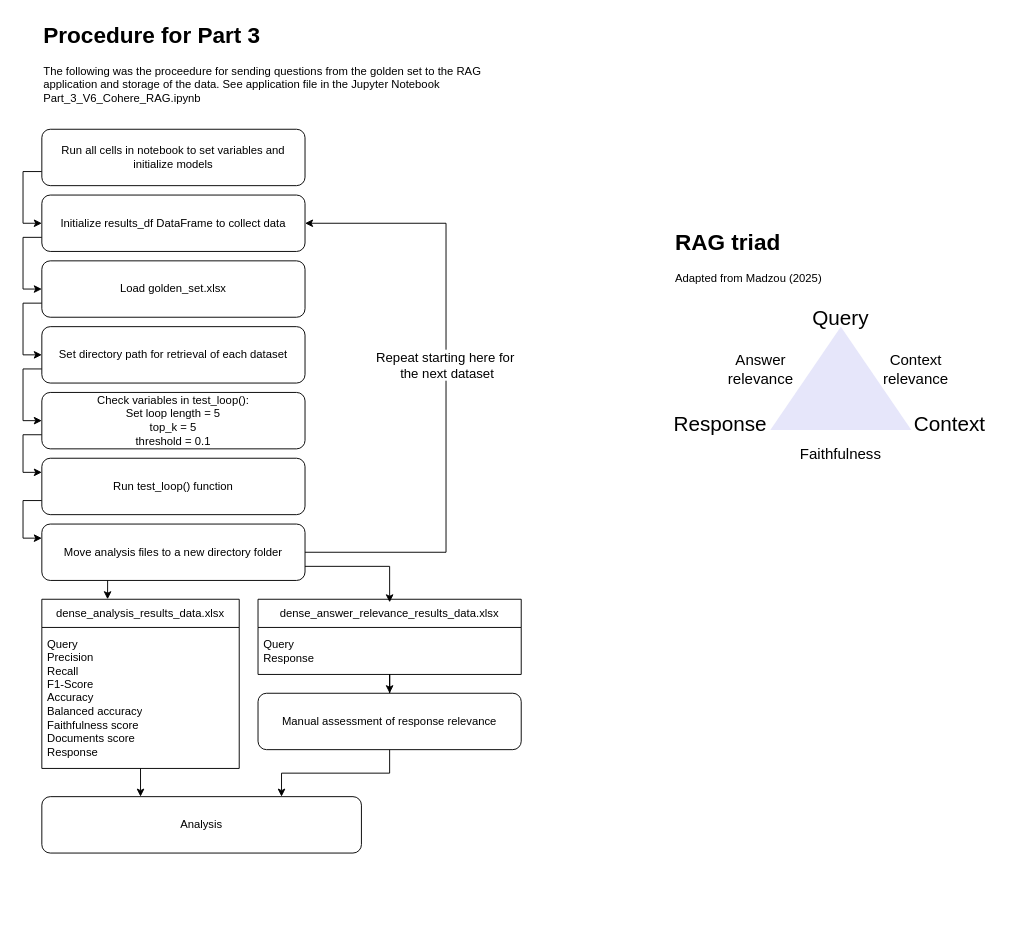
poppy-nicolette/Dissertation keeps this draw.io diagram as diagrams/Part_3_test_proceedure.drawio. Above is the earlier version. Source tidied: cells renumbered, new cells numbered last; positions are measured from the earlier drawing's top-left corner, leaving out a move shared by most shapes. Both pictures are drawn from the tidied source at 94%, with x=0, y=0 at pixel (41, 16).
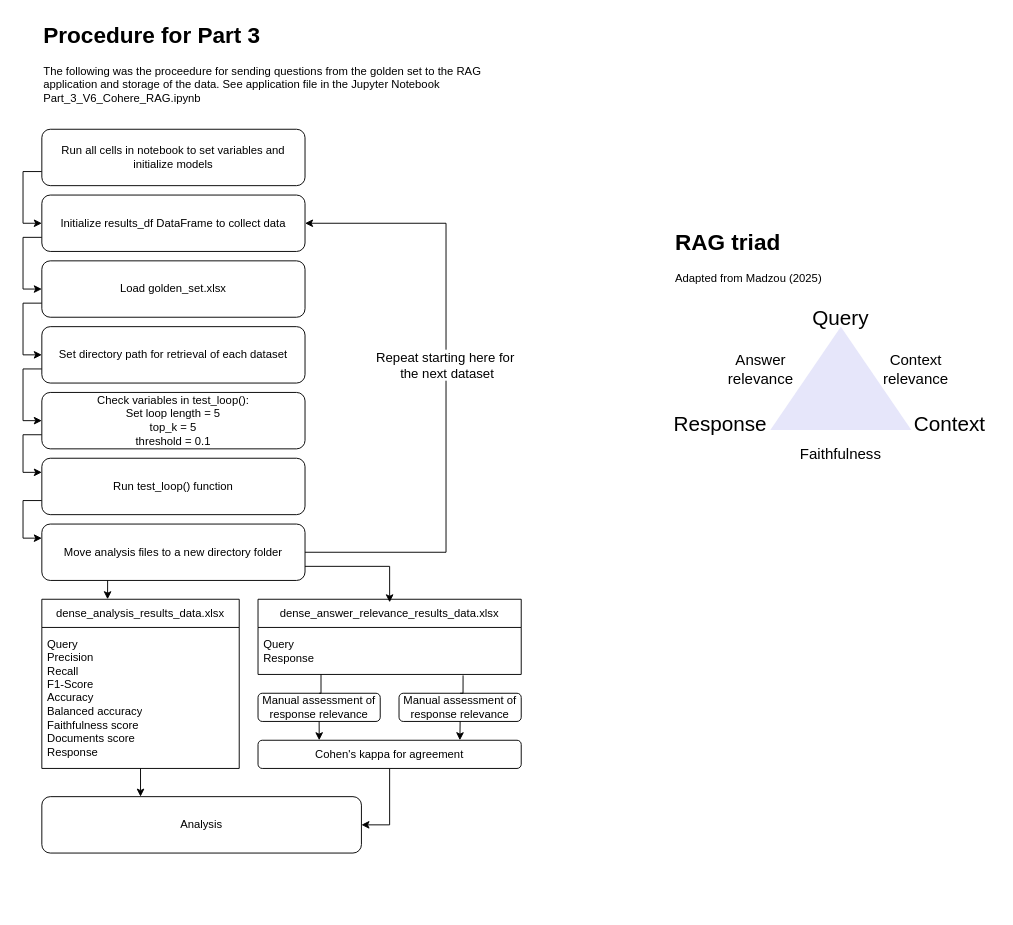
The same page after the edit.

Unchanged cells that the change refers to:
```xml
<mxCell id="2" style="group;" parent="1" vertex="1">
  <mxGeometry width="510" height="950" as="geometry" />
</mxCell>
<mxCell id="19" value="dense_answer_relevance_results_data.xlsx" style="swimlane;fontStyle=0;horizontal=1;startSize=30;whiteSpace=wrap;html=1;" parent="2" vertex="1">
  <mxGeometry x="230" y="620" width="280" height="80" as="geometry" />
</mxCell>
<mxCell id="20" value="Query&lt;div&gt;Response&lt;/div&gt;" style="text;strokeColor=none;fillColor=none;align=left;verticalAlign=middle;spacingLeft=4;spacingRight=4;overflow=hidden;points=[[0,0.5],[1,0.5]];portConstraint=eastwest;whiteSpace=wrap;html=1;" parent="19" vertex="1">
  <mxGeometry y="30" width="280" height="50" as="geometry" />
</mxCell>
<mxCell id="27" value="Analysis" style="rounded=1;whiteSpace=wrap;html=1;" parent="2" vertex="1">
  <mxGeometry y="830" width="340" height="60" as="geometry" />
</mxCell>
```

Change to the diagram source:
```diff
@@
-    <mxCell id="18" style="edgeStyle=orthogonalEdgeStyle;rounded=0;jettySize=auto;html=1;entryX=0.5;entryY=0;entryDx=0;entryDy=0;" parent="2" edge="1" source="19" target="26">
-      <mxGeometry relative="1" as="geometry" />
-    </mxCell>
@@
-    <mxCell id="21" style="edgeStyle=orthogonalEdgeStyle;rounded=0;jettySize=auto;html=1;entryX=0.75;entryY=0;entryDx=0;entryDy=0;" parent="2" edge="1" source="26" target="27">
-      <mxGeometry relative="1" as="geometry" />
-    </mxCell>
@@
+    <mxCell id="39" style="edgeStyle=orthogonalEdgeStyle;rounded=0;jettySize=auto;html=1;exitX=0.5;exitY=1;exitDx=0;exitDy=0;" parent="2" edge="1" source="26">
+      <mxGeometry relative="1" as="geometry">
+        <mxPoint x="295.1" y="770" as="targetPoint" />
+      </mxGeometry>
+    </mxCell>
     <mxCell id="26" value="Manual assessment of response relevance" style="rounded=1;whiteSpace=wrap;html=1;" parent="2" vertex="1">
-      <mxGeometry x="230" y="720" width="280" height="60" as="geometry" />
+      <mxGeometry x="230" y="720" width="130" height="30" as="geometry" />
     </mxCell>
@@
+    <mxCell id="40" value="Manual assessment of response relevance" style="rounded=1;whiteSpace=wrap;html=1;" parent="2" vertex="1">
+      <mxGeometry x="380" y="720" width="130" height="30" as="geometry" />
+    </mxCell>
+    <mxCell id="41" style="edgeStyle=orthogonalEdgeStyle;rounded=0;jettySize=auto;html=1;exitX=0.5;exitY=1;exitDx=0;exitDy=0;entryX=1;entryY=0.5;entryDx=0;entryDy=0;" parent="2" edge="1" source="42" target="27">
+      <mxGeometry relative="1" as="geometry" />
+    </mxCell>
+    <mxCell id="42" value="Cohen's kappa for agreement" style="rounded=1;whiteSpace=wrap;html=1;" parent="2" vertex="1">
+      <mxGeometry x="230" y="770" width="280" height="30" as="geometry" />
+    </mxCell>
+    <mxCell id="43" style="edgeStyle=orthogonalEdgeStyle;rounded=0;jettySize=auto;html=1;exitX=0.5;exitY=0;exitDx=0;exitDy=0;endArrow=none;endFill=0;" parent="2" edge="1" source="26">
+      <mxGeometry relative="1" as="geometry">
+        <mxPoint x="297" y="700" as="targetPoint" />
+      </mxGeometry>
+    </mxCell>
+    <mxCell id="44" style="edgeStyle=orthogonalEdgeStyle;rounded=0;jettySize=auto;html=1;exitX=0.5;exitY=0;exitDx=0;exitDy=0;entryX=0.779;entryY=1.02;entryDx=0;entryDy=0;entryPerimeter=0;endArrow=none;endFill=0;" parent="2" edge="1" source="40" target="20">
+      <mxGeometry relative="1" as="geometry" />
+    </mxCell>
+    <mxCell id="45" style="edgeStyle=orthogonalEdgeStyle;rounded=0;jettySize=auto;html=1;exitX=0.5;exitY=1;exitDx=0;exitDy=0;entryX=0.767;entryY=-0.001;entryDx=0;entryDy=0;entryPerimeter=0;" parent="2" edge="1" source="40" target="42">
+      <mxGeometry relative="1" as="geometry" />
+    </mxCell>
```
